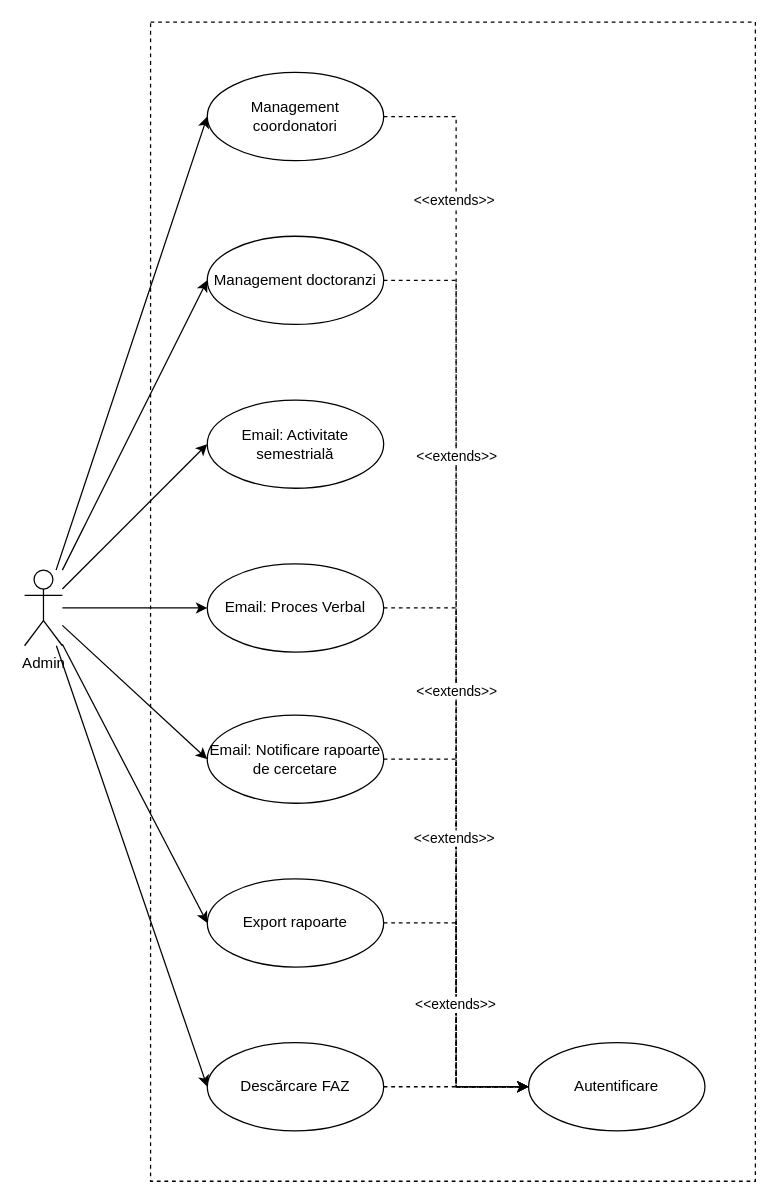
This is page "admin use-case" (7 of 7) of files/diagrams.drawio from valentin-stamate/dashboard-activitatie-academica, a draw.io file, before an edit. Source tidied: cells renumbered, new cells numbered last; positions are measured from the earlier drawing's top-left corner, leaving out a move shared by most shapes. Both pictures are drawn from the tidied source at 126%, with x=0, y=0 at pixel (24, 21).
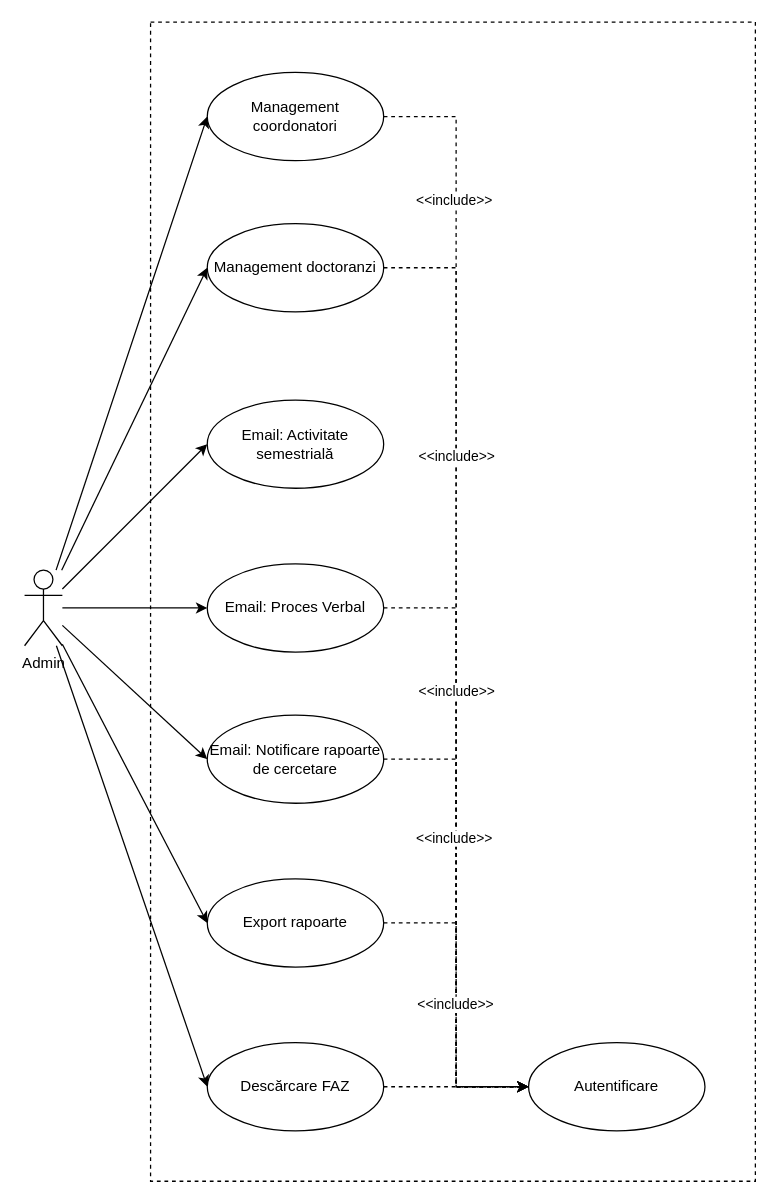
After the change.

Unchanged cells that the change refers to:
```xml
<mxCell id="18" style="edgeStyle=orthogonalEdgeStyle;rounded=0;jettySize=auto;html=1;entryX=0;entryY=0.5;entryDx=0;entryDy=0;dashed=1;" parent="1" edge="1" source="23" target="15">
  <mxGeometry relative="1" as="geometry" />
</mxCell>
<mxCell id="26" style="edgeStyle=orthogonalEdgeStyle;rounded=0;jettySize=auto;html=1;entryX=0;entryY=0.5;entryDx=0;entryDy=0;dashed=1;" parent="1" edge="1" source="28" target="15">
  <mxGeometry relative="1" as="geometry" />
</mxCell>
```

What changed in the source:
```diff
@@
+    <mxCell id="29" style="rounded=0;whiteSpace=wrap;html=1;fillColor=none;dashed=1;" parent="1" vertex="1">
+      <mxGeometry x="100" width="480" height="920" as="geometry" />
+    </mxCell>
@@
     <mxCell id="17" value="Management doctoranzi" style="ellipse;whiteSpace=wrap;html=1;" parent="1" vertex="1">
-      <mxGeometry x="145" y="170" width="140" height="70" as="geometry" />
+      <mxGeometry x="145" y="160" width="140" height="70" as="geometry" />
     </mxCell>
@@
-    <mxCell id="19" value="&amp;lt;&amp;lt;extends&amp;gt;&amp;gt;" style="edgeLabel;html=1;align=center;verticalAlign=middle;" parent="18" vertex="1">
+    <mxCell id="19" value="&amp;lt;&amp;lt;include&amp;gt;&amp;gt;" style="edgeLabel;html=1;align=center;verticalAlign=middle;" parent="18" vertex="1">
       <mxGeometry x="-0.72" y="1" relative="1" as="geometry">
         <mxPoint x="-3" as="offset" />
       </mxGeometry>
     </mxCell>
-    <mxCell id="20" value="&amp;lt;&amp;lt;extends&amp;gt;&amp;gt;" style="edgeLabel;html=1;align=center;verticalAlign=middle;" parent="18" vertex="1">
+    <mxCell id="20" value="&amp;lt;&amp;lt;include&amp;gt;&amp;gt;" style="edgeLabel;html=1;align=center;verticalAlign=middle;" parent="18" vertex="1">
       <mxGeometry x="-0.26" relative="1" as="geometry" />
     </mxCell>
-    <mxCell id="21" value="&amp;lt;&amp;lt;extends&amp;gt;&amp;gt;" style="edgeLabel;html=1;align=center;verticalAlign=middle;" parent="18" vertex="1">
+    <mxCell id="21" value="&amp;lt;&amp;lt;include&amp;gt;&amp;gt;" style="edgeLabel;html=1;align=center;verticalAlign=middle;" parent="18" vertex="1">
       <mxGeometry x="0.17" relative="1" as="geometry">
         <mxPoint y="-5" as="offset" />
       </mxGeometry>
     </mxCell>
-    <mxCell id="22" value="&amp;lt;&amp;lt;extends&amp;gt;&amp;gt;" style="edgeLabel;html=1;align=center;verticalAlign=middle;" parent="18" vertex="1">
+    <mxCell id="22" value="&amp;lt;&amp;lt;include&amp;gt;&amp;gt;" style="edgeLabel;html=1;align=center;verticalAlign=middle;" parent="18" vertex="1">
       <mxGeometry x="0.46" y="2" relative="1" as="geometry">
         <mxPoint x="-4" y="-16" as="offset" />
       </mxGeometry>
     </mxCell>
@@
-    <mxCell id="27" value="&amp;lt;&amp;lt;extends&amp;gt;&amp;gt;" style="edgeLabel;html=1;align=center;verticalAlign=middle;" parent="26" vertex="1">
+    <mxCell id="27" value="&amp;lt;&amp;lt;include&amp;gt;&amp;gt;" style="edgeLabel;html=1;align=center;verticalAlign=middle;" parent="26" vertex="1">
       <mxGeometry x="0.07" y="-1" relative="1" as="geometry">
         <mxPoint y="-9" as="offset" />
       </mxGeometry>
     </mxCell>
@@
-    <mxCell id="29" style="rounded=0;whiteSpace=wrap;html=1;fillColor=none;dashed=1;" parent="1" vertex="1">
-      <mxGeometry x="100" width="480" height="920" as="geometry" />
-    </mxCell>
```
